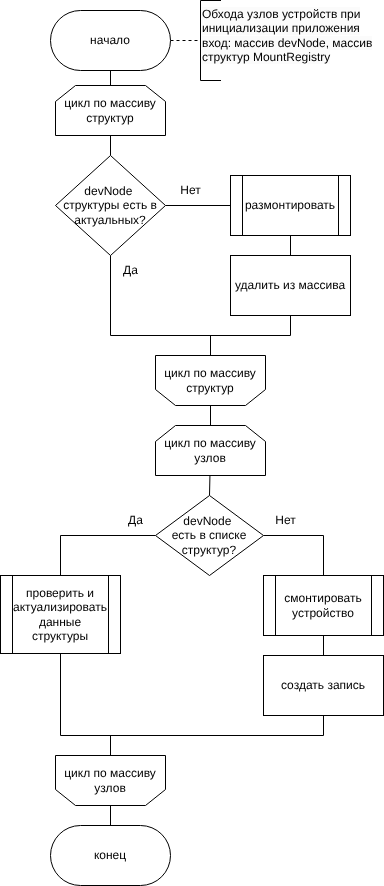
Above: Notes/report/inc/img/bypass_devNodes.drawio.png in pitsmit/Diploma_IU7_2026 (draw.io), before the change. Source tidied: cells renumbered, new cells last; positions are measured from the earlier drawing's top-left corner, leaving out a move shared by most shapes.
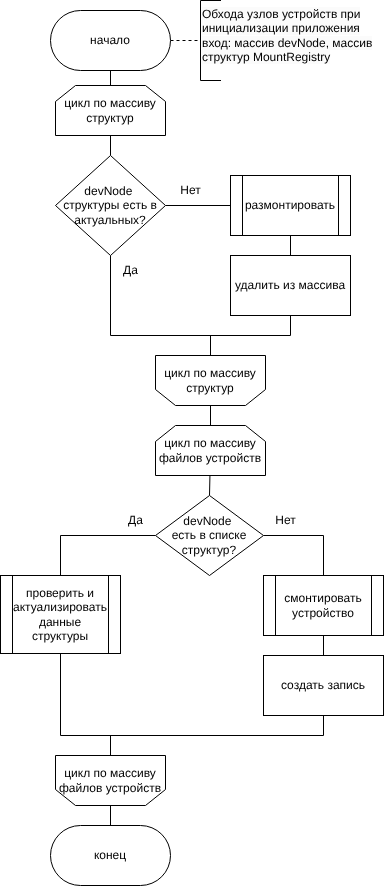
Above is the later version.

The edit, as a diff of the source:
```diff
@@ -16,7 +16,7 @@
     <mxCell id="5" style="edgeStyle=none;html=1;entryX=0.5;entryY=0;entryDx=0;entryDy=0;endArrow=none;endFill=0;" parent="1" edge="1" source="6" target="9">
       <mxGeometry relative="1" as="geometry" />
     </mxCell>
-    <mxCell id="6" value="цикл по массиву узлов" style="shape=loopLimit;whiteSpace=wrap;html=1;" parent="1" vertex="1">
+    <mxCell id="6" value="цикл по массиву файлов устройств" style="shape=loopLimit;whiteSpace=wrap;html=1;" parent="1" vertex="1">
       <mxGeometry x="155" y="425" width="110" height="50" as="geometry" />
     </mxCell>
     <mxCell id="7" style="edgeStyle=none;html=1;entryX=0.5;entryY=0;entryDx=0;entryDy=0;endArrow=none;endFill=0;exitX=1;exitY=0.5;exitDx=0;exitDy=0;rounded=0;curved=0;" parent="1" edge="1" source="9" target="11">
@@ -67,7 +67,7 @@
     <mxCell id="17" style="edgeStyle=none;html=1;entryX=0.5;entryY=0;entryDx=0;entryDy=0;endArrow=none;endFill=0;" parent="1" edge="1" source="18" target="19">
       <mxGeometry relative="1" as="geometry" />
     </mxCell>
-    <mxCell id="18" value="цикл по массиву узлов" style="shape=loopLimit;whiteSpace=wrap;html=1;direction=west;" parent="1" vertex="1">
+    <mxCell id="18" value="цикл по массиву файлов устройств" style="shape=loopLimit;whiteSpace=wrap;html=1;direction=west;" parent="1" vertex="1">
       <mxGeometry x="55" y="755" width="110" height="50" as="geometry" />
     </mxCell>
     <mxCell id="19" value="конец" style="rounded=1;whiteSpace=wrap;html=1;arcSize=50;" parent="1" vertex="1">
```
